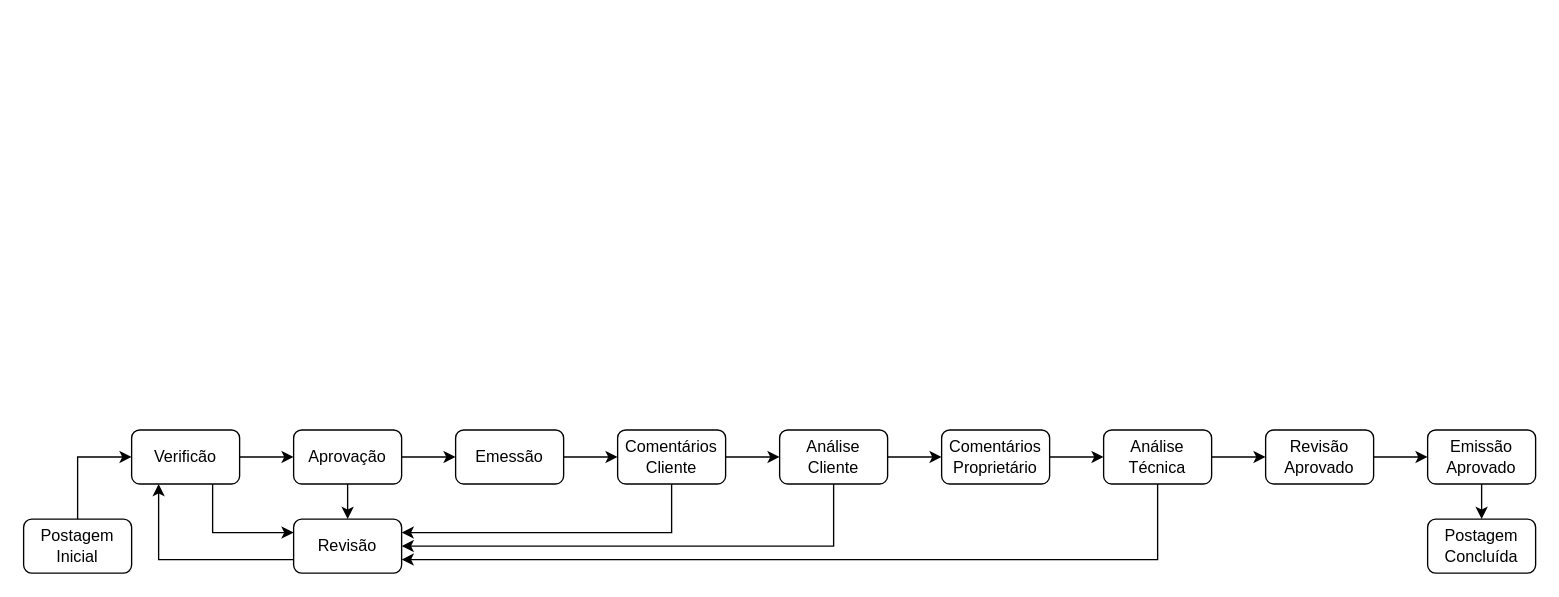
Avflux/kairos_Flet keeps this draw.io diagram as Fluxo Documentos.drawio. Above is the earlier version. Source tidied: cells renumbered, new cells numbered last; positions are measured from the earlier drawing's top-left corner, leaving out a move shared by most shapes. Both pictures are drawn from the tidied source at 135%, with x=0, y=0 at pixel (23, 429).
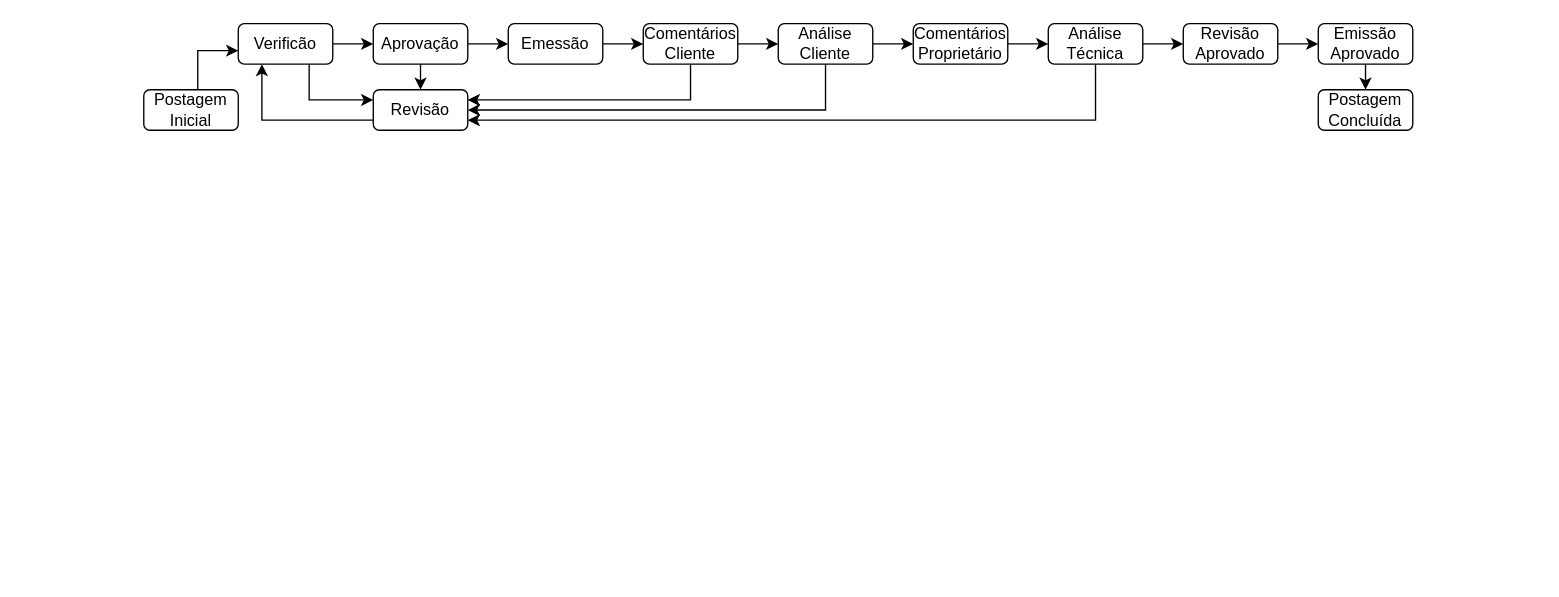
Above is the later version.

Diff of the diagram source:
```diff
@@
     <mxCell id="2" style="edgeStyle=orthogonalEdgeStyle;rounded=0;jettySize=auto;html=1;fontFamily=Helvetica;fontSize=12;fontColor=default;" parent="1" edge="1" source="3" target="8">
       <mxGeometry relative="1" as="geometry">
         <Array as="points">
-          <mxPoint x="40" y="20" />
+          <mxPoint x="129" y="-281" />
         </Array>
       </mxGeometry>
     </mxCell>
     <mxCell id="3" value="Postagem Inicial" style="whiteSpace=wrap;html=1;align=center;verticalAlign=middle;fontFamily=Helvetica;fontSize=12;fillColor=none;rounded=1;glass=0;rotation=0;" parent="1" vertex="1">
-      <mxGeometry y="66" width="80" height="40" as="geometry" />
+      <mxGeometry x="89" y="-252" width="70" height="30" as="geometry" />
     </mxCell>
@@
     <mxCell id="5" value="Revisão" style="whiteSpace=wrap;html=1;align=center;verticalAlign=middle;fontFamily=Helvetica;fontSize=12;fillColor=none;rounded=1;glass=0;rotation=0;" parent="1" vertex="1">
-      <mxGeometry x="200" y="66" width="80" height="40" as="geometry" />
+      <mxGeometry x="259" y="-252" width="70" height="30" as="geometry" />
     </mxCell>
+    <mxCell id="7" style="edgeStyle=orthogonalEdgeStyle;rounded=0;jettySize=auto;html=1;exitX=0.75;exitY=1;exitDx=0;exitDy=0;entryX=0;entryY=0.25;entryDx=0;entryDy=0;" parent="1" edge="1" source="8" target="5">
+      <mxGeometry relative="1" as="geometry" />
+    </mxCell>
-    <mxCell id="6" style="edgeStyle=orthogonalEdgeStyle;rounded=0;jettySize=auto;html=1;fontFamily=Helvetica;fontSize=12;fontColor=default;strokeColor=default;align=center;verticalAlign=middle;labelBackgroundColor=default;endArrow=classic;" parent="1" edge="1" source="8" target="11">
+    <mxCell id="6" style="edgeStyle=orthogonalEdgeStyle;rounded=0;jettySize=auto;html=1;exitX=1;exitY=0.5;exitDx=0;exitDy=0;entryX=0;entryY=0.5;entryDx=0;entryDy=0;" parent="1" edge="1" source="8" target="11">
       <mxGeometry relative="1" as="geometry" />
     </mxCell>
-    <mxCell id="7" style="edgeStyle=orthogonalEdgeStyle;rounded=0;jettySize=auto;html=1;exitX=0.75;exitY=1;exitDx=0;exitDy=0;entryX=0;entryY=0.25;entryDx=0;entryDy=0;" parent="1" edge="1" source="8" target="5">
-      <mxGeometry relative="1" as="geometry" />
-    </mxCell>
     <mxCell id="8" value="Verificão" style="whiteSpace=wrap;html=1;align=center;verticalAlign=middle;fontFamily=Helvetica;fontSize=12;fillColor=none;rounded=1;glass=0;rotation=0;" parent="1" vertex="1">
-      <mxGeometry x="80" width="80" height="40" as="geometry" />
+      <mxGeometry x="159" y="-301" width="70" height="30" as="geometry" />
     </mxCell>
+    <mxCell id="10" style="edgeStyle=orthogonalEdgeStyle;rounded=0;jettySize=auto;html=1;exitX=0.5;exitY=1;exitDx=0;exitDy=0;entryX=0.5;entryY=0;entryDx=0;entryDy=0;" parent="1" edge="1" source="11" target="5">
+      <mxGeometry relative="1" as="geometry" />
+    </mxCell>
-    <mxCell id="9" style="edgeStyle=orthogonalEdgeStyle;rounded=0;jettySize=auto;html=1;fontFamily=Helvetica;fontSize=12;fontColor=default;startSize=6;endSize=6;flowAnimation=0;startFillColor=#000000;snapToPoint=0;" parent="1" edge="1" source="11" target="13">
+    <mxCell id="9" style="edgeStyle=orthogonalEdgeStyle;rounded=0;jettySize=auto;html=1;exitX=1;exitY=0.5;exitDx=0;exitDy=0;entryX=0;entryY=0.5;entryDx=0;entryDy=0;" parent="1" edge="1" source="11" target="13">
       <mxGeometry relative="1" as="geometry" />
     </mxCell>
-    <mxCell id="10" style="edgeStyle=orthogonalEdgeStyle;rounded=0;jettySize=auto;html=1;exitX=0.5;exitY=1;exitDx=0;exitDy=0;entryX=0.5;entryY=0;entryDx=0;entryDy=0;" parent="1" edge="1" source="11" target="5">
-      <mxGeometry relative="1" as="geometry" />
-    </mxCell>
     <mxCell id="11" value="Aprovação" style="whiteSpace=wrap;html=1;align=center;verticalAlign=middle;fontFamily=Helvetica;fontSize=12;fillColor=none;rounded=1;glass=0;rotation=0;" parent="1" vertex="1">
-      <mxGeometry x="200" width="80" height="40" as="geometry" />
+      <mxGeometry x="259" y="-301" width="70" height="30" as="geometry" />
     </mxCell>
-    <mxCell id="12" style="edgeStyle=orthogonalEdgeStyle;rounded=0;jettySize=auto;html=1;fontFamily=Helvetica;fontSize=12;fontColor=default;" parent="1" edge="1" source="13" target="16">
+    <mxCell id="12" style="edgeStyle=orthogonalEdgeStyle;rounded=0;jettySize=auto;html=1;exitX=1;exitY=0.5;exitDx=0;exitDy=0;" parent="1" edge="1" source="13" target="16">
       <mxGeometry relative="1" as="geometry" />
     </mxCell>
     <mxCell id="13" value="Emessão" style="whiteSpace=wrap;html=1;align=center;verticalAlign=middle;fontFamily=Helvetica;fontSize=12;fillColor=none;rounded=1;glass=0;rotation=0;" parent="1" vertex="1">
-      <mxGeometry x="320" width="80" height="40" as="geometry" />
+      <mxGeometry x="359" y="-301" width="70" height="30" as="geometry" />
     </mxCell>
@@
-    <mxCell id="15" style="edgeStyle=orthogonalEdgeStyle;rounded=0;jettySize=auto;html=1;fontFamily=Helvetica;fontSize=12;fontColor=default;" parent="1" edge="1" source="16" target="19">
+    <mxCell id="15" style="edgeStyle=orthogonalEdgeStyle;rounded=0;jettySize=auto;html=1;exitX=1;exitY=0.5;exitDx=0;exitDy=0;entryX=0;entryY=0.5;entryDx=0;entryDy=0;" parent="1" edge="1" source="16" target="19">
       <mxGeometry relative="1" as="geometry" />
     </mxCell>
     <mxCell id="16" value="Comentários Cliente" style="whiteSpace=wrap;html=1;align=center;verticalAlign=middle;fontFamily=Helvetica;fontSize=12;fillColor=none;rounded=1;glass=0;rotation=0;" parent="1" vertex="1">
-      <mxGeometry x="440" width="80" height="40" as="geometry" />
+      <mxGeometry x="459" y="-301" width="70" height="30" as="geometry" />
     </mxCell>
@@
-    <mxCell id="18" style="edgeStyle=orthogonalEdgeStyle;rounded=0;jettySize=auto;html=1;fontFamily=Helvetica;fontSize=12;fontColor=default;" parent="1" edge="1" source="19" target="21">
+    <mxCell id="18" style="edgeStyle=orthogonalEdgeStyle;rounded=0;jettySize=auto;html=1;exitX=1;exitY=0.5;exitDx=0;exitDy=0;entryX=0;entryY=0.5;entryDx=0;entryDy=0;" parent="1" edge="1" source="19" target="21">
       <mxGeometry relative="1" as="geometry" />
     </mxCell>
     <mxCell id="19" value="Análise Cliente" style="whiteSpace=wrap;html=1;align=center;verticalAlign=middle;fontFamily=Helvetica;fontSize=12;fillColor=none;rounded=1;glass=0;rotation=0;" parent="1" vertex="1">
-      <mxGeometry x="560" width="80" height="40" as="geometry" />
+      <mxGeometry x="559" y="-301" width="70" height="30" as="geometry" />
     </mxCell>
@@
     <mxCell id="21" value="Comentários Proprietário" style="whiteSpace=wrap;html=1;align=center;verticalAlign=middle;fontFamily=Helvetica;fontSize=12;fillColor=none;rounded=1;glass=0;rotation=0;" parent="1" vertex="1">
-      <mxGeometry x="680" width="80" height="40" as="geometry" />
+      <mxGeometry x="659" y="-301" width="70" height="30" as="geometry" />
     </mxCell>
@@
     <mxCell id="24" value="Análise Técnica" style="whiteSpace=wrap;html=1;align=center;verticalAlign=middle;fontFamily=Helvetica;fontSize=12;fillColor=none;rounded=1;glass=0;rotation=0;" parent="1" vertex="1">
-      <mxGeometry x="800" width="80" height="40" as="geometry" />
+      <mxGeometry x="759" y="-301" width="70" height="30" as="geometry" />
     </mxCell>
@@
     <mxCell id="26" value="Revisão Aprovado" style="whiteSpace=wrap;html=1;align=center;verticalAlign=middle;fontFamily=Helvetica;fontSize=12;fillColor=none;rounded=1;glass=0;rotation=0;" parent="1" vertex="1">
-      <mxGeometry x="920" width="80" height="40" as="geometry" />
+      <mxGeometry x="859" y="-301" width="70" height="30" as="geometry" />
     </mxCell>
-    <mxCell id="27" style="edgeStyle=orthogonalEdgeStyle;rounded=0;jettySize=auto;html=1;fontFamily=Helvetica;fontSize=12;fontColor=default;" parent="1" edge="1" source="28" target="29">
+    <mxCell id="27" style="edgeStyle=orthogonalEdgeStyle;rounded=0;jettySize=auto;html=1;exitX=0.5;exitY=1;exitDx=0;exitDy=0;entryX=0.5;entryY=0;entryDx=0;entryDy=0;" parent="1" edge="1" source="28" target="29">
       <mxGeometry relative="1" as="geometry" />
     </mxCell>
     <mxCell id="28" value="Emissão Aprovado" style="whiteSpace=wrap;html=1;align=center;verticalAlign=middle;fontFamily=Helvetica;fontSize=12;fillColor=none;rounded=1;glass=0;rotation=0;" parent="1" vertex="1">
-      <mxGeometry x="1040" width="80" height="40" as="geometry" />
+      <mxGeometry x="959" y="-301" width="70" height="30" as="geometry" />
     </mxCell>
     <mxCell id="29" value="Postagem Concluída" style="whiteSpace=wrap;html=1;align=center;verticalAlign=middle;fontFamily=Helvetica;fontSize=12;fillColor=none;rounded=1;glass=0;rotation=0;" parent="1" vertex="1">
-      <mxGeometry x="1040" y="66" width="80" height="40" as="geometry" />
+      <mxGeometry x="959" y="-252" width="70" height="30" as="geometry" />
     </mxCell>
```
